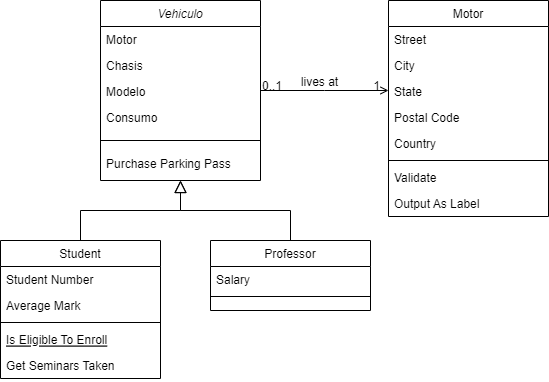
Before: workshop-1.drawio.png, a diagram exported from draw.io (He1JM/ModelosI2024-1Talleres). Source tidied: cells renumbered, new cells last; positions are measured from the earlier drawing's top-left corner, leaving out a move shared by most shapes.
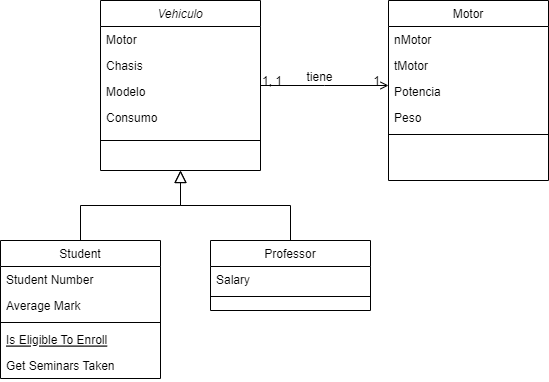
The same diagram one commit later.

Change to the diagram source:
```diff
@@ -3,7 +3,7 @@
     <mxCell id="0" />
     <mxCell id="1" parent="0" />
     <mxCell id="2" value="Vehiculo" style="swimlane;fontStyle=2;align=center;verticalAlign=top;horizontal=1;startSize=26;rounded=0;shadow=0;strokeWidth=1;" parent="1" vertex="1">
-      <mxGeometry x="100" width="160" height="180" as="geometry" />
+      <mxGeometry x="100" width="160" height="170" as="geometry" />
     </mxCell>
     <mxCell id="3" value="Motor" style="text;align=left;verticalAlign=top;spacingLeft=4;spacingRight=4;overflow=hidden;" parent="2" vertex="1">
       <mxGeometry y="26" width="160" height="26" as="geometry" />
@@ -20,9 +20,6 @@
     <mxCell id="7" style="line;html=1;strokeWidth=1;align=left;verticalAlign=middle;spacingTop=-1;spacingLeft=3;spacingRight=3;labelPosition=right;" parent="2" vertex="1">
       <mxGeometry y="130" width="160" height="20" as="geometry" />
     </mxCell>
-    <mxCell id="8" value="Purchase Parking Pass" style="text;align=left;verticalAlign=top;spacingLeft=4;spacingRight=4;overflow=hidden;" parent="2" vertex="1">
-      <mxGeometry y="150" width="160" height="26" as="geometry" />
-    </mxCell>
     <mxCell id="9" value="Student" style="swimlane;fontStyle=0;align=center;verticalAlign=top;horizontal=1;startSize=26;rounded=0;shadow=0;strokeWidth=1;" parent="1" vertex="1">
       <mxGeometry y="240" width="160" height="138" as="geometry" />
     </mxCell>
@@ -57,38 +54,29 @@
       <mxGeometry relative="1" as="geometry" />
     </mxCell>
     <mxCell id="20" value="Motor" style="swimlane;fontStyle=0;align=center;verticalAlign=top;horizontal=1;startSize=26;rounded=0;shadow=0;strokeWidth=1;" parent="1" vertex="1">
-      <mxGeometry x="388" width="160" height="216" as="geometry" />
+      <mxGeometry x="388" width="160" height="180" as="geometry" />
     </mxCell>
-    <mxCell id="21" value="Street" style="text;align=left;verticalAlign=top;spacingLeft=4;spacingRight=4;overflow=hidden;" parent="20" vertex="1">
+    <mxCell id="21" value="nMotor" style="text;align=left;verticalAlign=top;spacingLeft=4;spacingRight=4;overflow=hidden;" parent="20" vertex="1">
       <mxGeometry y="26" width="160" height="26" as="geometry" />
     </mxCell>
-    <mxCell id="22" value="City" style="text;align=left;verticalAlign=top;spacingLeft=4;spacingRight=4;overflow=hidden;rounded=0;shadow=0;html=0;" parent="20" vertex="1">
+    <mxCell id="22" value="tMotor" style="text;align=left;verticalAlign=top;spacingLeft=4;spacingRight=4;overflow=hidden;rounded=0;shadow=0;html=0;" parent="20" vertex="1">
       <mxGeometry y="52" width="160" height="26" as="geometry" />
     </mxCell>
-    <mxCell id="23" value="State" style="text;align=left;verticalAlign=top;spacingLeft=4;spacingRight=4;overflow=hidden;rounded=0;shadow=0;html=0;" parent="20" vertex="1">
+    <mxCell id="23" value="Potencia" style="text;align=left;verticalAlign=top;spacingLeft=4;spacingRight=4;overflow=hidden;rounded=0;shadow=0;html=0;" parent="20" vertex="1">
       <mxGeometry y="78" width="160" height="26" as="geometry" />
     </mxCell>
-    <mxCell id="24" value="Postal Code" style="text;align=left;verticalAlign=top;spacingLeft=4;spacingRight=4;overflow=hidden;rounded=0;shadow=0;html=0;" parent="20" vertex="1">
+    <mxCell id="24" value="Peso" style="text;align=left;verticalAlign=top;spacingLeft=4;spacingRight=4;overflow=hidden;rounded=0;shadow=0;html=0;" parent="20" vertex="1">
       <mxGeometry y="104" width="160" height="26" as="geometry" />
     </mxCell>
-    <mxCell id="25" value="Country" style="text;align=left;verticalAlign=top;spacingLeft=4;spacingRight=4;overflow=hidden;rounded=0;shadow=0;html=0;" parent="20" vertex="1">
-      <mxGeometry y="130" width="160" height="26" as="geometry" />
-    </mxCell>
     <mxCell id="26" style="line;html=1;strokeWidth=1;align=left;verticalAlign=middle;spacingTop=-1;spacingLeft=3;spacingRight=3;labelPosition=right;" parent="20" vertex="1">
-      <mxGeometry y="156" width="160" height="8" as="geometry" />
+      <mxGeometry y="130" width="160" height="8" as="geometry" />
     </mxCell>
-    <mxCell id="27" value="Validate" style="text;align=left;verticalAlign=top;spacingLeft=4;spacingRight=4;overflow=hidden;" parent="20" vertex="1">
-      <mxGeometry y="164" width="160" height="26" as="geometry" />
-    </mxCell>
-    <mxCell id="28" value="Output As Label" style="text;align=left;verticalAlign=top;spacingLeft=4;spacingRight=4;overflow=hidden;" parent="20" vertex="1">
-      <mxGeometry y="190" width="160" height="26" as="geometry" />
-    </mxCell>
     <mxCell id="29" style="endArrow=open;shadow=0;strokeWidth=1;rounded=0;curved=0;endFill=1;edgeStyle=elbowEdgeStyle;elbow=vertical;" parent="1" edge="1" source="2" target="20">
       <mxGeometry x="0.5" y="41" relative="1" as="geometry">
         <mxPoint x="-40" y="32" as="offset" />
       </mxGeometry>
     </mxCell>
-    <mxCell id="30" value="0..1" style="align=left;verticalAlign=bottom;labelBackgroundColor=none;fontSize=12;" parent="29" vertex="1">
+    <mxCell id="30" value="1, 1" style="align=left;verticalAlign=bottom;labelBackgroundColor=none;fontSize=12;" parent="29" vertex="1">
       <mxGeometry x="-1" relative="1" as="geometry">
         <mxPoint y="4" as="offset" />
       </mxGeometry>
@@ -98,7 +86,7 @@
         <mxPoint x="-7" y="4" as="offset" />
       </mxGeometry>
     </mxCell>
-    <mxCell id="32" value="lives at" style="text;html=1;align=center;verticalAlign=middle;labelBackgroundColor=none;rounded=0;shadow=0;strokeWidth=1;fontSize=12;" parent="29" vertex="1">
+    <mxCell id="32" value="tiene" style="text;html=1;align=center;verticalAlign=middle;labelBackgroundColor=none;rounded=0;shadow=0;strokeWidth=1;fontSize=12;" parent="29" vertex="1">
       <mxGeometry x="0.5" y="49" relative="1" as="geometry">
         <mxPoint x="-38" y="40" as="offset" />
       </mxGeometry>
```
